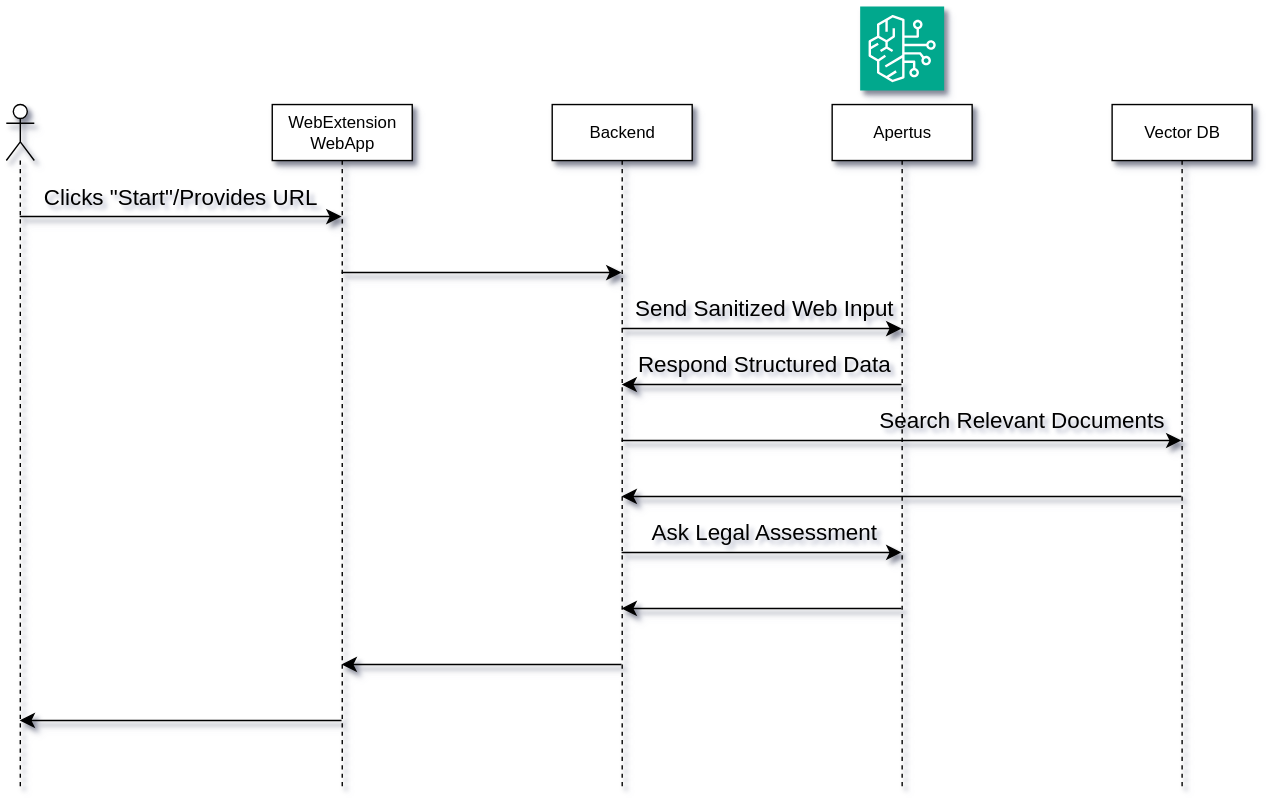
Before: Pitch/sequence.drawio.svg, a diagram exported from draw.io (tgemvz/NoTrapImport). Source tidied: cells renumbered, new cells last; positions are measured from the earlier drawing's top-left corner, leaving out a move shared by most shapes.
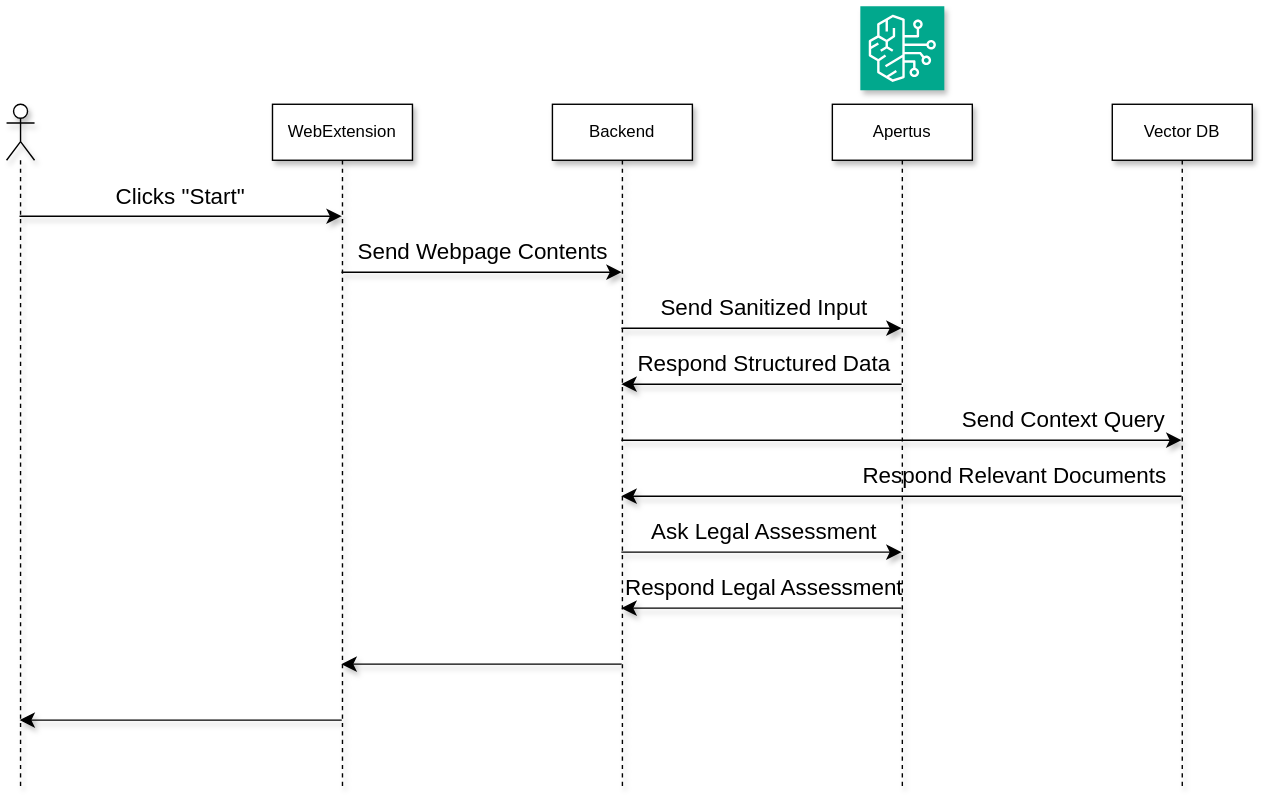
The same file after the commit.

Diff of the diagram source:
```diff
@@ -16,7 +16,7 @@
         </Array>
       </mxGeometry>
     </mxCell>
-    <mxCell id="4" value="WebExtension&lt;br&gt;WebApp" style="shape=umlLifeline;perimeter=lifelinePerimeter;whiteSpace=wrap;html=1;outlineConnect=0;portConstraint=eastwest;newEdgeStyle={&quot;curved&quot;:0,&quot;rounded&quot;:0};shadow=1;" parent="1" vertex="1">
+    <mxCell id="4" value="WebExtension" style="shape=umlLifeline;perimeter=lifelinePerimeter;whiteSpace=wrap;html=1;outlineConnect=0;portConstraint=eastwest;newEdgeStyle={&quot;curved&quot;:0,&quot;rounded&quot;:0};shadow=1;" parent="1" vertex="1">
       <mxGeometry x="190" y="70" width="100" height="490" as="geometry" />
     </mxCell>
     <mxCell id="5" style="edgeStyle=none;curved=0;rounded=0;jettySize=auto;html=1;fontSize=12;startSize=8;endSize=8;shadow=1;" parent="1" edge="1" source="6" target="4">
@@ -29,8 +29,8 @@
     <mxCell id="6" style="shape=umlLifeline;perimeter=lifelinePerimeter;whiteSpace=wrap;html=1;outlineConnect=0;portConstraint=eastwest;newEdgeStyle={&quot;curved&quot;:0,&quot;rounded&quot;:0};participant=umlActor;shadow=1;" parent="1" vertex="1">
       <mxGeometry y="70" width="20" height="490" as="geometry" />
     </mxCell>
-    <mxCell id="7" value="Clicks &quot;Start&quot;/Provides URL" style="text;html=1;align=center;verticalAlign=middle;strokeColor=none;fillColor=none;fontSize=16;shadow=1;" parent="1" vertex="1">
-      <mxGeometry x="14" y="121" width="220" height="30" as="geometry" />
+    <mxCell id="7" value="Clicks &quot;Start&quot;" style="text;html=1;align=center;verticalAlign=middle;strokeColor=none;fillColor=none;fontSize=16;shadow=1;" parent="1" vertex="1">
+      <mxGeometry x="64" y="121" width="120" height="30" as="geometry" />
     </mxCell>
     <mxCell id="8" style="edgeStyle=none;curved=0;rounded=0;jettySize=auto;html=1;fontSize=12;startSize=8;endSize=8;shadow=1;" parent="1" edge="1" source="12" target="15">
       <mxGeometry relative="1" as="geometry">
@@ -83,8 +83,8 @@
     <mxCell id="16" style="sketch=0;fontColor=#232F3E;fillColor=#01A88D;strokeColor=#ffffff;dashed=0;verticalLabelPosition=bottom;verticalAlign=top;align=center;html=1;fontSize=12;fontStyle=0;shape=mxgraph.aws4.resourceIcon;resIcon=mxgraph.aws4.bedrock;shadow=1;" parent="1" vertex="1">
       <mxGeometry x="610" width="60" height="60" as="geometry" />
     </mxCell>
-    <mxCell id="17" value="Send Sanitized Web Input" style="text;html=1;align=center;verticalAlign=middle;strokeColor=none;fillColor=none;fontSize=16;shadow=1;" parent="1" vertex="1">
-      <mxGeometry x="436" y="200" width="210" height="30" as="geometry" />
+    <mxCell id="17" value="Send Sanitized Input" style="text;html=1;align=center;verticalAlign=middle;strokeColor=none;fillColor=none;fontSize=16;shadow=1;" parent="1" vertex="1">
+      <mxGeometry x="456" y="200" width="170" height="30" as="geometry" />
     </mxCell>
     <mxCell id="18" value="Respond Structured Data" style="text;html=1;align=center;verticalAlign=middle;strokeColor=none;fillColor=none;fontSize=16;shadow=1;" parent="1" vertex="1">
       <mxGeometry x="441" y="240" width="200" height="30" as="geometry" />
@@ -99,11 +99,20 @@
     <mxCell id="20" value="Vector DB" style="shape=umlLifeline;perimeter=lifelinePerimeter;whiteSpace=wrap;html=1;outlineConnect=0;portConstraint=eastwest;newEdgeStyle={&quot;curved&quot;:0,&quot;rounded&quot;:0};shadow=1;" parent="1" vertex="1">
       <mxGeometry x="790" y="70" width="100" height="490" as="geometry" />
     </mxCell>
-    <mxCell id="21" value="Search Relevant Documents" style="text;html=1;align=center;verticalAlign=middle;strokeColor=none;fillColor=none;fontSize=16;shadow=1;" parent="1" vertex="1">
-      <mxGeometry x="610" y="280" width="230" height="30" as="geometry" />
+    <mxCell id="21" value="Send Context Query" style="text;html=1;align=center;verticalAlign=middle;strokeColor=none;fillColor=none;fontSize=16;shadow=1;" parent="1" vertex="1">
+      <mxGeometry x="670" y="280" width="170" height="30" as="geometry" />
     </mxCell>
     <mxCell id="22" value="Ask Legal Assessment" style="text;html=1;align=center;verticalAlign=middle;strokeColor=none;fillColor=none;fontSize=16;shadow=1;" parent="1" vertex="1">
       <mxGeometry x="451" y="360" width="180" height="30" as="geometry" />
     </mxCell>
+    <mxCell id="23" value="Send Webpage Contents" style="text;html=1;align=center;verticalAlign=middle;strokeColor=none;fillColor=none;fontSize=16;shadow=1;" parent="1" vertex="1">
+      <mxGeometry x="240" y="160" width="200" height="30" as="geometry" />
+    </mxCell>
+    <mxCell id="24" value="Respond Relevant Documents" style="text;html=1;align=center;verticalAlign=middle;strokeColor=none;fillColor=none;fontSize=16;shadow=1;" parent="1" vertex="1">
+      <mxGeometry x="600" y="320" width="240" height="30" as="geometry" />
+    </mxCell>
+    <mxCell id="25" value="Respond Legal Assessment" style="text;html=1;align=center;verticalAlign=middle;strokeColor=none;fillColor=none;fontSize=16;shadow=1;" parent="1" vertex="1">
+      <mxGeometry x="431" y="400" width="220" height="30" as="geometry" />
+    </mxCell>
   </root>
 </mxGraphModel>
```
